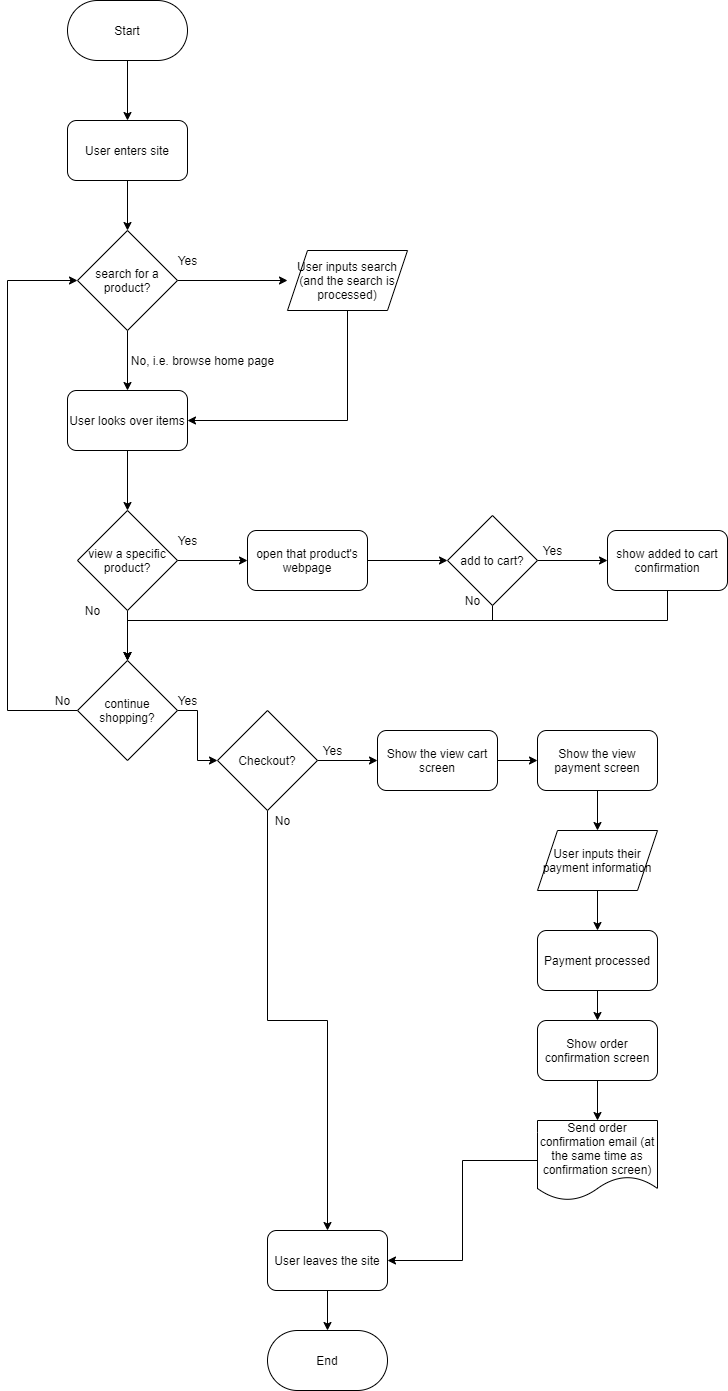
Earlier version of the draw.io export explore/diagramming/diagram.drawio.png (ArturoAmaya/fa21-cse110-lab4). Source tidied: cells renumbered, new cells last; positions are measured from the earlier drawing's top-left corner, leaving out a move shared by most shapes.
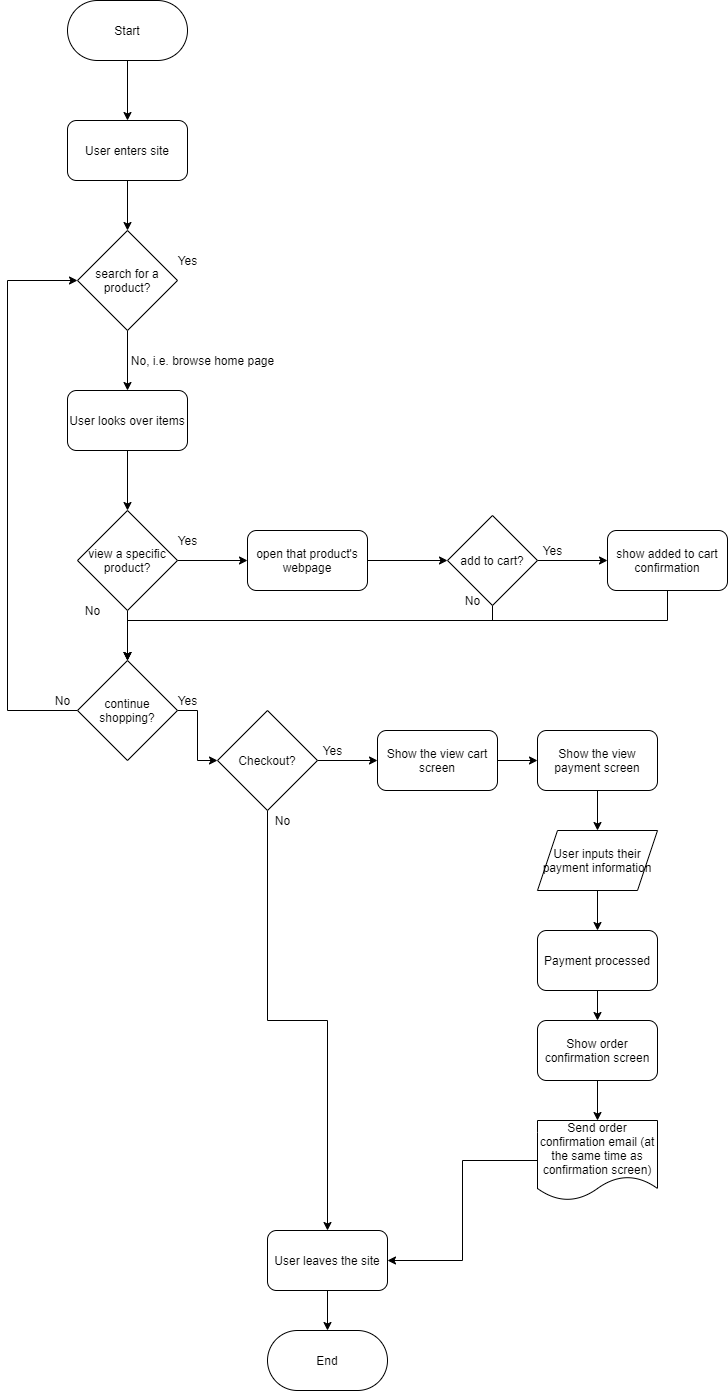
Later version of the same file.

Diff of the diagram source:
```diff
@@ -14,25 +14,12 @@
     <mxCell id="5" value="User enters site" style="rounded=1;whiteSpace=wrap;html=1;" parent="1" vertex="1">
       <mxGeometry x="60" y="120" width="120" height="60" as="geometry" />
     </mxCell>
-    <mxCell id="6" style="edgeStyle=orthogonalEdgeStyle;rounded=0;jettySize=auto;html=1;exitX=1;exitY=0.5;exitDx=0;exitDy=0;entryX=0;entryY=0.5;entryDx=0;entryDy=0;" parent="1" edge="1" source="8">
-      <mxGeometry relative="1" as="geometry">
-        <mxPoint x="280" y="280" as="targetPoint" />
-      </mxGeometry>
-    </mxCell>
     <mxCell id="7" style="edgeStyle=orthogonalEdgeStyle;rounded=0;jettySize=auto;html=1;exitX=0.5;exitY=1;exitDx=0;exitDy=0;entryX=0.5;entryY=0;entryDx=0;entryDy=0;" parent="1" edge="1" source="8" target="11">
       <mxGeometry relative="1" as="geometry" />
     </mxCell>
     <mxCell id="8" value="search for a product?" style="rhombus;whiteSpace=wrap;html=1;" parent="1" vertex="1">
       <mxGeometry x="70" y="230" width="100" height="100" as="geometry" />
     </mxCell>
-    <mxCell id="9" style="edgeStyle=orthogonalEdgeStyle;rounded=0;jettySize=auto;html=1;exitX=0.5;exitY=1;exitDx=0;exitDy=0;entryX=1;entryY=0.5;entryDx=0;entryDy=0;" parent="1" edge="1" target="11">
-      <mxGeometry relative="1" as="geometry">
-        <mxPoint x="340" y="310" as="sourcePoint" />
-        <Array as="points">
-          <mxPoint x="340" y="420" />
-        </Array>
-      </mxGeometry>
-    </mxCell>
     <mxCell id="10" style="edgeStyle=orthogonalEdgeStyle;rounded=0;jettySize=auto;html=1;entryX=0.5;entryY=0;entryDx=0;entryDy=0;" parent="1" edge="1" source="11" target="14">
       <mxGeometry relative="1" as="geometry" />
     </mxCell>
@@ -177,8 +164,5 @@
     <mxCell id="52" value="No" style="text;html=1;align=center;verticalAlign=middle;strokeColor=none;" parent="1" vertex="1">
       <mxGeometry x="260" y="810" width="30" height="20" as="geometry" />
     </mxCell>
-    <mxCell id="53" value="&lt;span&gt;User inputs search&lt;/span&gt;&lt;br&gt;&lt;span&gt;(and the search is processed)&lt;/span&gt;" style="shape=parallelogram;perimeter=parallelogramPerimeter;whiteSpace=wrap;html=1;fixedSize=1;size=20;" parent="1" vertex="1">
-      <mxGeometry x="280" y="250" width="120" height="60" as="geometry" />
-    </mxCell>
   </root>
 </mxGraphModel>
```
